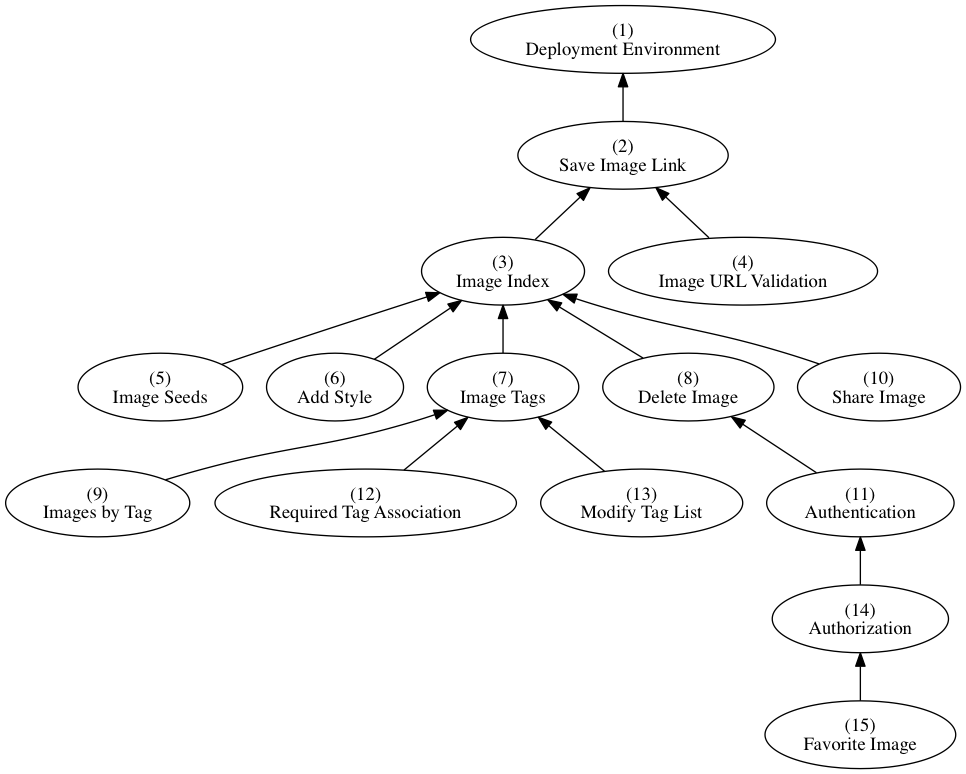
The Graphviz diagram dependencies.png in AppFolioOnboarding/tasks, before a commit. Its source is kept beside it as dependencies.dot.
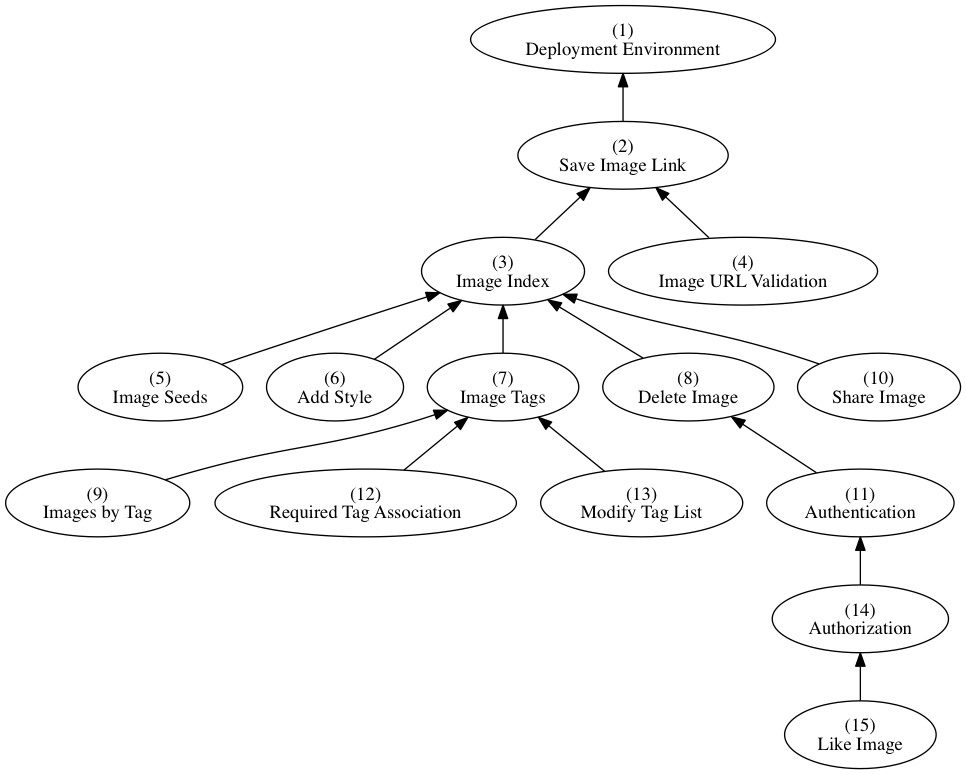
Later version of the same file.

Commit message:
Rename Favorite to Like in dependencies graph

To match the change made in https://github.com/AppFolioOnboarding/tasks/pull/47

Change to the diagram source:
```diff
@@ -15,13 +15,13 @@
   "Required Tag Association" [label="(12)\nRequired Tag Association"]
   "Modify Tag List" [label="(13)\nModify Tag List"]
   "Authorization" [label="(14)\nAuthorization"]
-  "Favorite Image" [label="(15)\nFavorite Image"]
+  "Like Image" [label="(15)\nLike Image"]
 
   "Add Style" -> "Image Index"
   "Authentication" -> "Delete Image"
   "Authorization" -> "Authentication"
   "Delete Image" -> "Image Index"
-  "Favorite Image" -> "Authorization"
+  "Like Image" -> "Authorization"
   "Image Index" -> "Save Image Link"
   "Image Seeds" -> "Image Index"
   "Image Tags" -> "Image Index"
```
